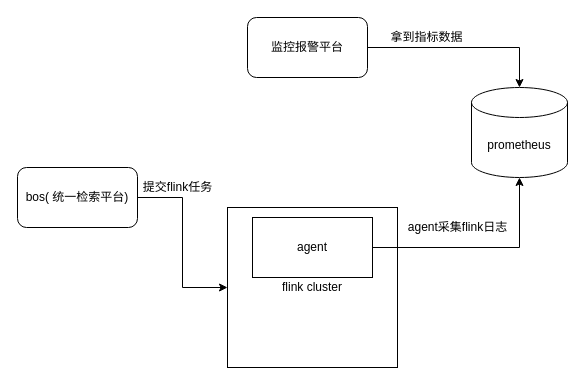
The draw.io diagram bos监控链路数据.drawio in yindongjun/drawio-3, before the edit. Source tidied: cells renumbered, new cells numbered last; positions are measured from the earlier drawing's top-left corner, leaving out a move shared by most shapes. Both pictures are drawn from the tidied source at 100%, with x=0, y=0 at pixel (17, 17).
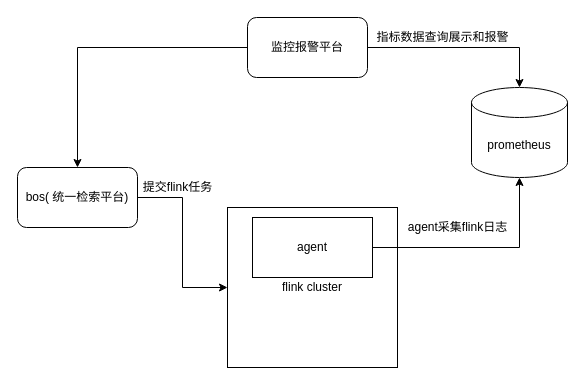
The same diagram, later.

Commit message (it also covers changes not shown here):
Update bos监控链路数据.drawio

What changed in the source:
```diff
@@
 <mxGraphModel>
   <root>
     <mxCell id="0" />
     <mxCell id="1" parent="0" />
     <mxCell id="2" value="flink cluster" style="rounded=0;whiteSpace=wrap;html=1;" parent="1" vertex="1">
       <mxGeometry x="210" y="190" width="170" height="160" as="geometry" />
     </mxCell>
     <mxCell id="3" value="prometheus" style="shape=cylinder3;whiteSpace=wrap;html=1;boundedLbl=1;backgroundOutline=1;size=15;" parent="1" vertex="1">
       <mxGeometry x="454" y="70" width="96" height="90" as="geometry" />
     </mxCell>
     <mxCell id="4" style="edgeStyle=orthogonalEdgeStyle;rounded=0;jettySize=auto;html=1;entryX=0.5;entryY=0;entryDx=0;entryDy=0;entryPerimeter=0;" parent="1" edge="1" source="5" target="3">
       <mxGeometry relative="1" as="geometry" />
     </mxCell>
+    <mxCell id="13" style="edgeStyle=orthogonalEdgeStyle;rounded=0;jettySize=auto;html=1;entryX=0.5;entryY=0;entryDx=0;entryDy=0;" parent="1" edge="1" source="5" target="9">
+      <mxGeometry relative="1" as="geometry" />
+    </mxCell>
     <mxCell id="5" value="监控报警平台" style="rounded=1;whiteSpace=wrap;html=1;" parent="1" vertex="1">
       <mxGeometry x="230" width="120" height="60" as="geometry" />
     </mxCell>
     <mxCell id="6" style="edgeStyle=orthogonalEdgeStyle;rounded=0;jettySize=auto;html=1;" parent="1" edge="1" source="7" target="3">
       <mxGeometry relative="1" as="geometry" />
     </mxCell>
     <mxCell id="7" value="agent" style="rounded=0;whiteSpace=wrap;html=1;" parent="1" vertex="1">
       <mxGeometry x="235" y="200" width="120" height="60" as="geometry" />
     </mxCell>
     <mxCell id="8" style="edgeStyle=orthogonalEdgeStyle;rounded=0;jettySize=auto;html=1;entryX=0;entryY=0.5;entryDx=0;entryDy=0;" parent="1" edge="1" source="9" target="2">
       <mxGeometry relative="1" as="geometry" />
     </mxCell>
     <mxCell id="9" value="bos( 统一检索平台)" style="rounded=1;whiteSpace=wrap;html=1;" parent="1" vertex="1">
       <mxGeometry y="150" width="120" height="60" as="geometry" />
     </mxCell>
     <mxCell id="10" value="提交flink任务" style="text;html=1;align=center;verticalAlign=middle;strokeColor=none;fillColor=none;" parent="1" vertex="1">
       <mxGeometry x="120" y="160" width="80" height="20" as="geometry" />
     </mxCell>
     <mxCell id="11" value="agent采集flink日志" style="text;html=1;align=center;verticalAlign=middle;strokeColor=none;fillColor=none;" parent="1" vertex="1">
       <mxGeometry x="385" y="200" width="110" height="20" as="geometry" />
     </mxCell>
-    <mxCell id="12" value="拿到指标数据" style="text;html=1;align=center;verticalAlign=middle;strokeColor=none;fillColor=none;" parent="1" vertex="1">
-      <mxGeometry x="364" y="10" width="90" height="20" as="geometry" />
+    <mxCell id="12" value="指标数据查询展示和报警" style="text;html=1;align=center;verticalAlign=middle;strokeColor=none;fillColor=none;" parent="1" vertex="1">
+      <mxGeometry x="350" y="10" width="150" height="20" as="geometry" />
     </mxCell>
   </root>
 </mxGraphModel>
```
